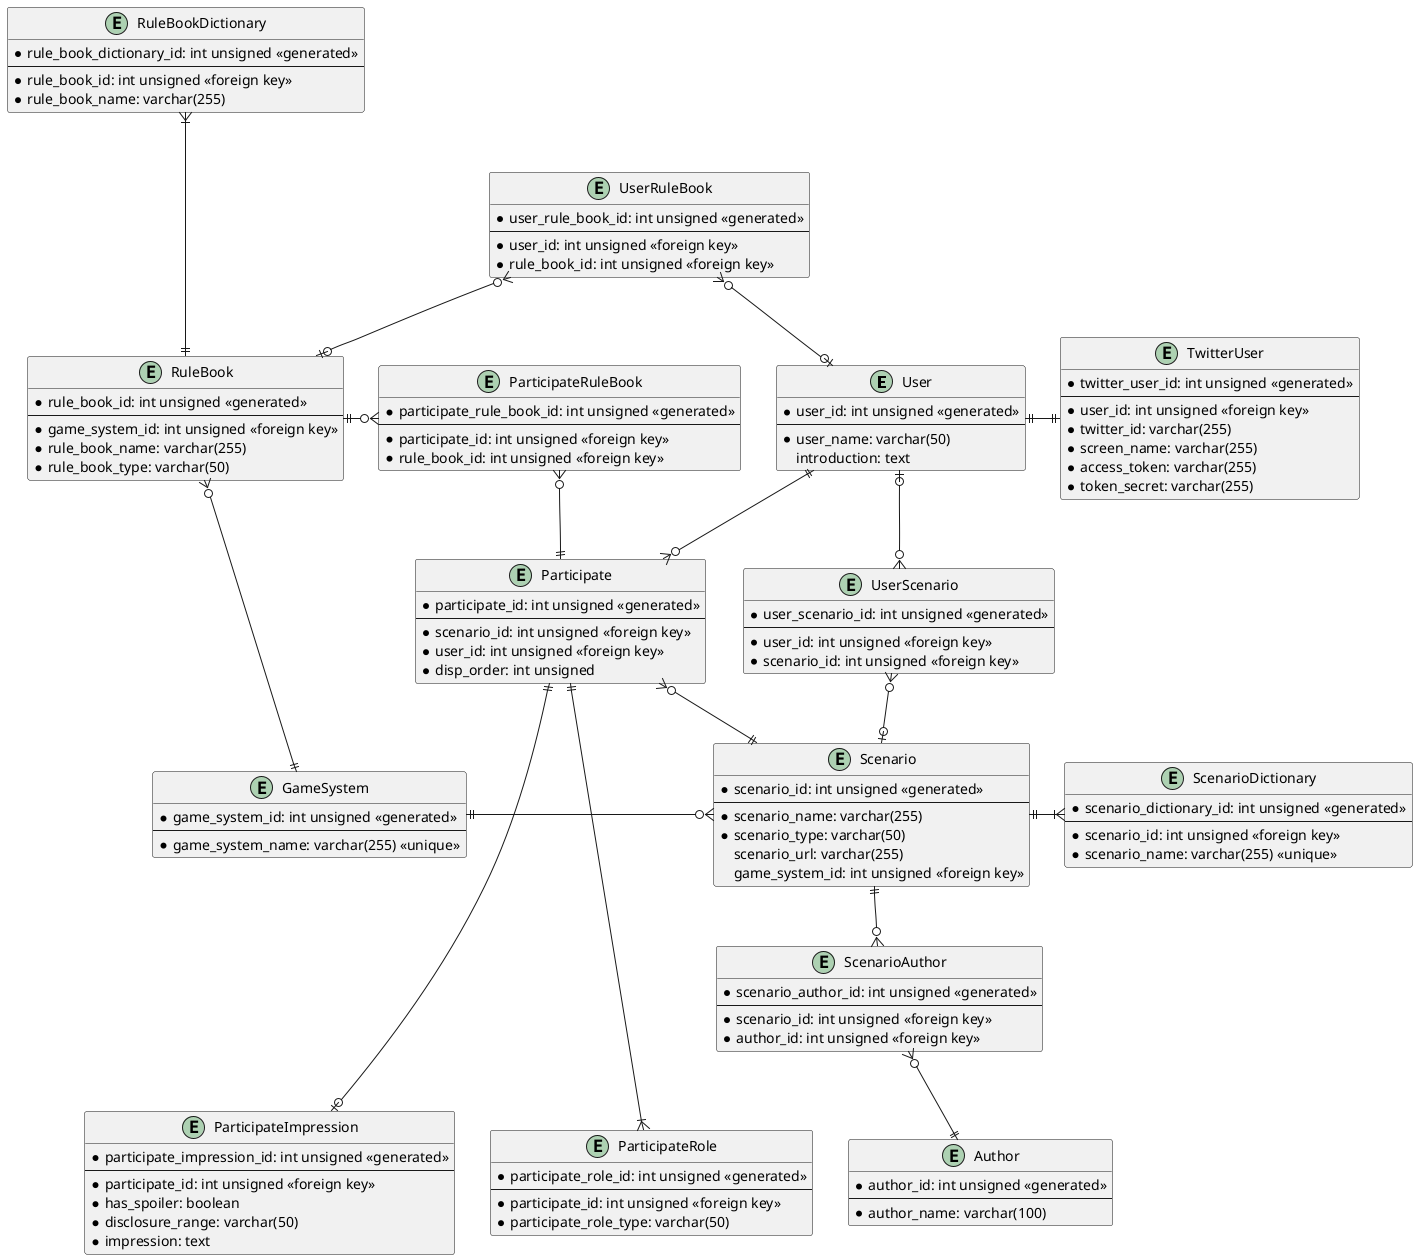
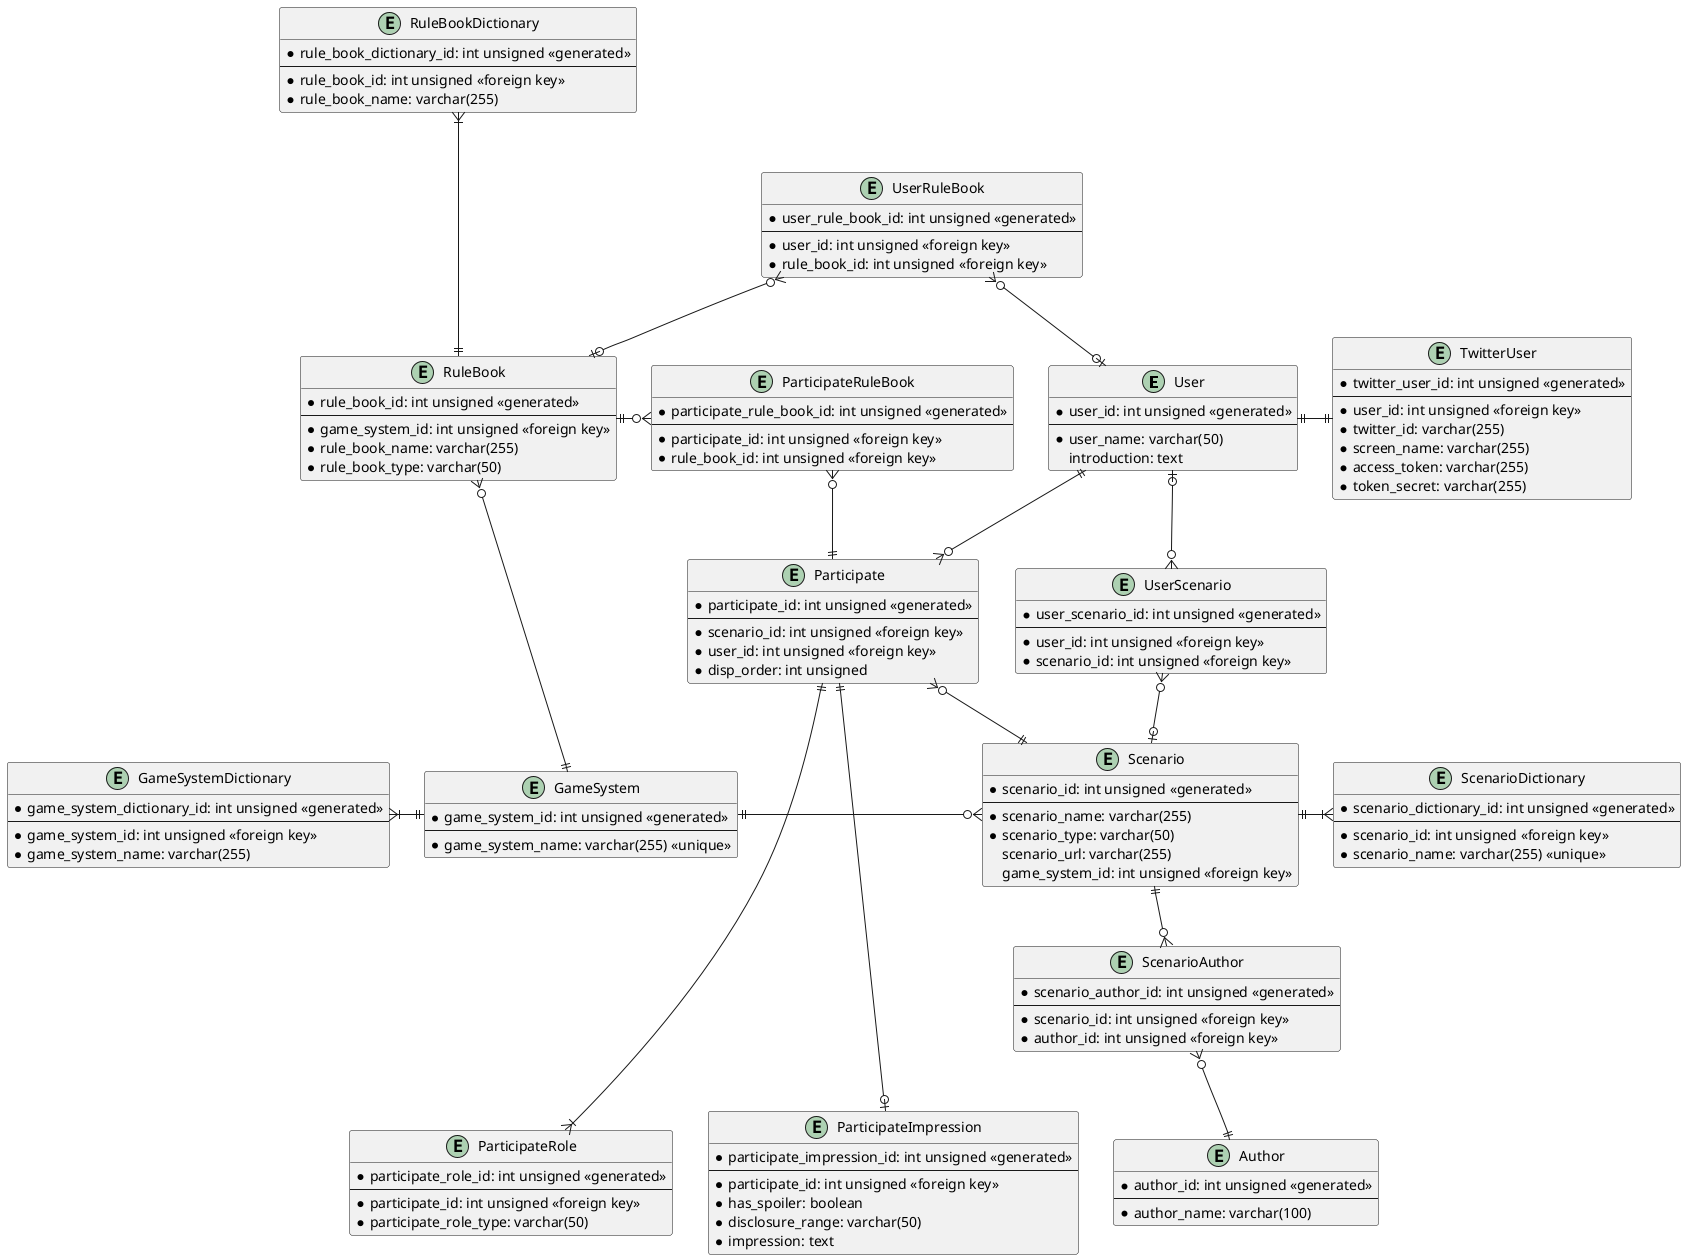
@startuml
'https://plantuml.com/class-diagram

entity User {
    * user_id: int unsigned <<generated>>
    --
    * user_name: varchar(50)
    introduction: text
}

entity TwitterUser {
	* twitter_user_id: int unsigned <<generated>>
	--
	* user_id: int unsigned <<foreign key>>
	* twitter_id: varchar(255)
	* screen_name: varchar(255)
	* access_token: varchar(255)
	* token_secret: varchar(255)
}

User ||-right-|| TwitterUser

entity GameSystem {
	* game_system_id: int unsigned <<generated>>
	--
	* game_system_name: varchar(255) <<unique>>
}
+ 
+ entity GameSystemDictionary {
+     * game_system_dictionary_id: int unsigned <<generated>>
+     --
+     * game_system_id: int unsigned <<foreign key>>
+     * game_system_name: varchar(255)
+ }
+ 
+ GameSystemDictionary }|-right-|| GameSystem

entity RuleBook {
    * rule_book_id: int unsigned <<generated>>
    --
    * game_system_id: int unsigned <<foreign key>>
    * rule_book_name: varchar(255)
    * rule_book_type: varchar(50)
}

GameSystem ||-left-o{ RuleBook

entity RuleBookDictionary {
    * rule_book_dictionary_id: int unsigned <<generated>>
    --
    * rule_book_id: int unsigned <<foreign key>>
    * rule_book_name: varchar(255)
}

RuleBookDictionary }|--down-|| RuleBook

entity UserRuleBook {
	* user_rule_book_id: int unsigned <<generated>>
	--
	* user_id: int unsigned <<foreign key>>
	* rule_book_id: int unsigned <<foreign key>>
}

UserRuleBook }o-down-o| RuleBook
UserRuleBook }o-right-o| User

entity Scenario {
    * scenario_id: int unsigned <<generated>>
    --
    * scenario_name: varchar(255)
    * scenario_type: varchar(50)
    scenario_url: varchar(255)
    game_system_id: int unsigned <<foreign key>>
}

GameSystem ||-right-o{ Scenario

entity UserScenario {
	* user_scenario_id: int unsigned <<generated>>
	--
	* user_id: int unsigned <<foreign key>>
	* scenario_id: int unsigned <<foreign key>>
}

User |o-down-o{ UserScenario
Scenario |o-up-o{ UserScenario

entity Author {
	* author_id: int unsigned <<generated>>
	--
	* author_name: varchar(100)
}

entity ScenarioAuthor {
	* scenario_author_id: int unsigned <<generated>>
	--
	* scenario_id: int unsigned <<foreign key>>
	* author_id: int unsigned <<foreign key>>
}

Scenario ||-down-o{ ScenarioAuthor
ScenarioAuthor }o-down-|| Author

entity ScenarioDictionary {
    * scenario_dictionary_id: int unsigned <<generated>>
    --
    * scenario_id: int unsigned <<foreign key>>
    * scenario_name: varchar(255) <<unique>>
}

Scenario ||-right-|{ ScenarioDictionary

entity Participate {
    * participate_id: int unsigned <<generated>>
    --
    * scenario_id: int unsigned <<foreign key>>
    * user_id: int unsigned <<foreign key>>
    * disp_order: int unsigned
}

User ||-down-o{ Participate
Participate }o-|| Scenario
Participate -[hidden]down- GameSystem

entity ParticipateRole {
    * participate_role_id: int unsigned <<generated>>
    --
    * participate_id: int unsigned <<foreign key>>
    * participate_role_type: varchar(50)
}

Participate ||--down--|{ ParticipateRole

entity ParticipateImpression {
	* participate_impression_id: int unsigned <<generated>>
	--
	* participate_id: int unsigned <<foreign key>>
	* has_spoiler: boolean
	* disclosure_range: varchar(50)
	* impression: text
}

Participate ||--down--o| ParticipateImpression

entity ParticipateRuleBook {
	* participate_rule_book_id: int unsigned <<generated>>
	--
	* participate_id: int unsigned <<foreign key>>
	* rule_book_id: int unsigned <<foreign key>>
}

ParticipateRuleBook }o-down-|| Participate
ParticipateRuleBook }o-left-|| RuleBook

@enduml